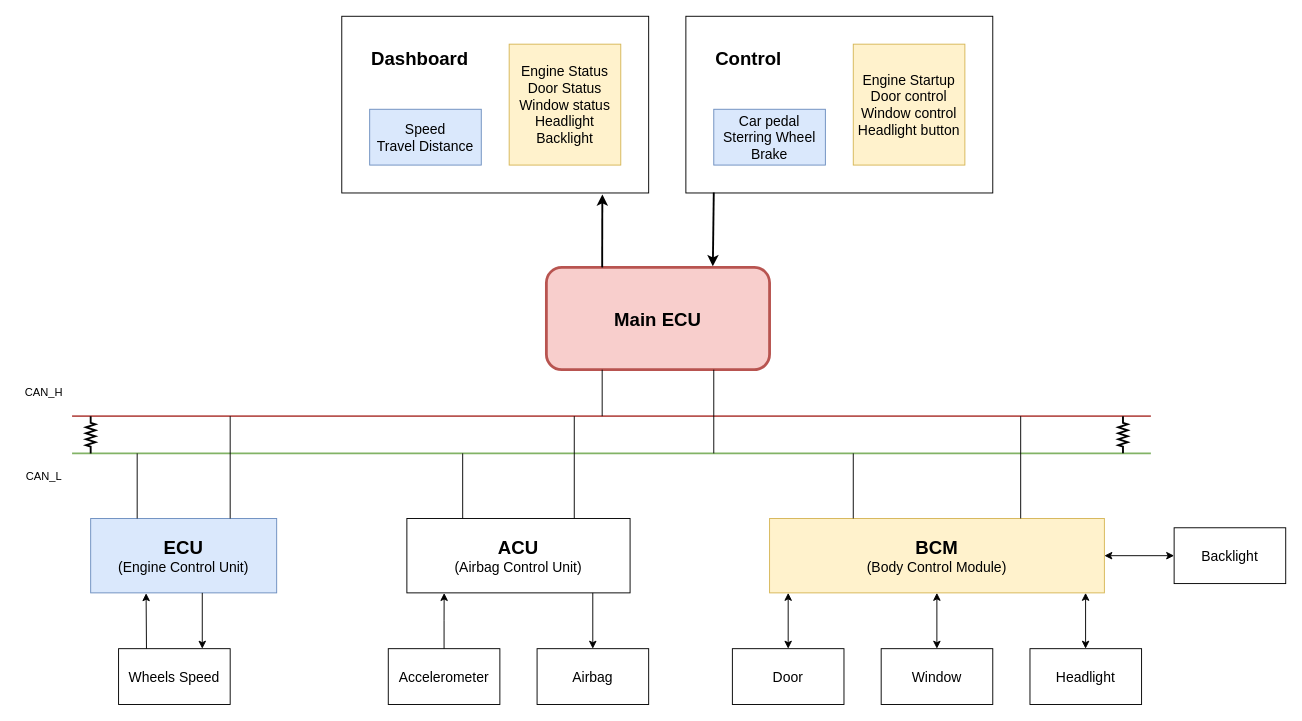
The draw.io diagram DeviceNetworkFinal.drawio in lukas0173/Draw.io, before the edit. Source tidied: cells renumbered, new cells numbered last; positions are measured from the earlier drawing's top-left corner, leaving out a move shared by most shapes. Both pictures are drawn from the tidied source at 93%, with x=0, y=0 at pixel (16, 16).
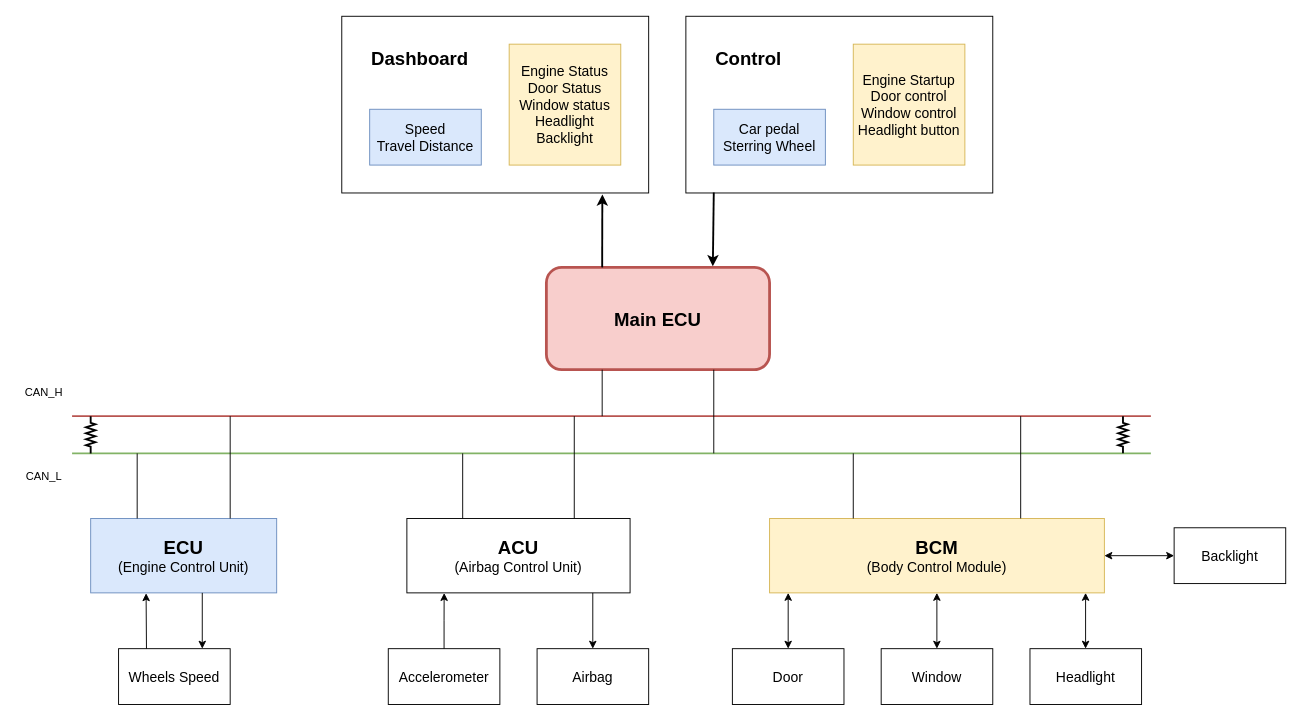
Above is the later version.

Change to the diagram source:
```diff
@@
-    <mxCell id="7" value="Car pedal&lt;div&gt;Sterring Wheel&lt;/div&gt;&lt;div&gt;Brake&lt;/div&gt;" style="rounded=0;whiteSpace=wrap;html=1;fillColor=#dae8fc;strokeColor=#6c8ebf;fontSize=15;" parent="1" vertex="1">
+    <mxCell id="7" value="Car pedal&lt;div&gt;Sterring Wheel&lt;/div&gt;" style="rounded=0;whiteSpace=wrap;html=1;fillColor=#dae8fc;strokeColor=#6c8ebf;fontSize=15;" parent="1" vertex="1">
       <mxGeometry x="750" y="100" width="120" height="60" as="geometry" />
     </mxCell>
```
